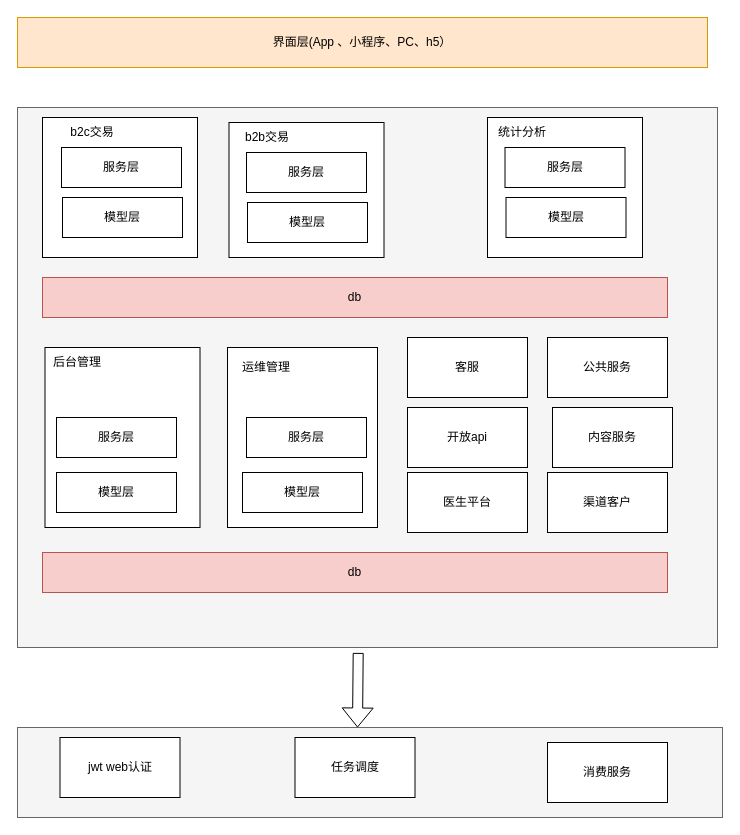
Earlier version of the draw.io diagram arch2.drawio (evilbinary/data). Source tidied: cells renumbered, new cells numbered last; positions are measured from the earlier drawing's top-left corner, leaving out a move shared by most shapes. Both pictures are drawn from the tidied source at 100%, with x=0, y=0 at pixel (17, 17).
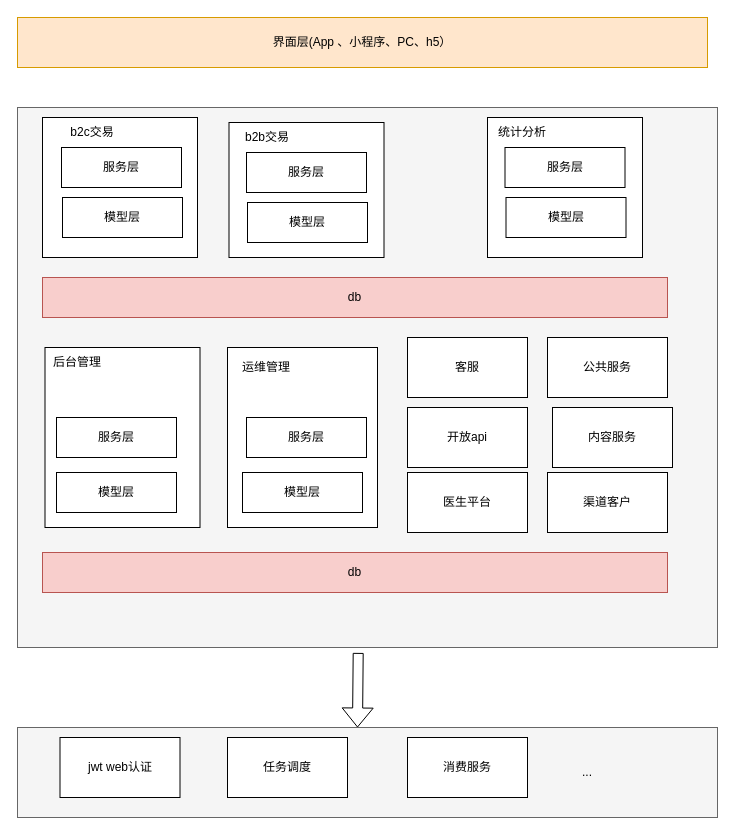
The same page after the edit.

Change to the diagram source:
```diff
@@
     <mxCell id="2" style="rounded=0;whiteSpace=wrap;html=1;fillColor=#f5f5f5;fontColor=#333333;strokeColor=#666666;" parent="1" vertex="1">
-      <mxGeometry y="710" width="705" height="90" as="geometry" />
+      <mxGeometry y="710" width="700" height="90" as="geometry" />
     </mxCell>
@@
     <mxCell id="6" value="任务调度" style="rounded=0;whiteSpace=wrap;html=1;" parent="1" vertex="1">
-      <mxGeometry x="277.5" y="720" width="120" height="60" as="geometry" />
+      <mxGeometry x="210" y="720" width="120" height="60" as="geometry" />
     </mxCell>
     <mxCell id="7" value="消费服务" style="rounded=0;whiteSpace=wrap;html=1;" parent="1" vertex="1">
-      <mxGeometry x="530" y="725" width="120" height="60" as="geometry" />
+      <mxGeometry x="390" y="720" width="120" height="60" as="geometry" />
     </mxCell>
@@
+    <mxCell id="37" value="..." style="text;html=1;strokeColor=none;fillColor=none;align=center;verticalAlign=middle;whiteSpace=wrap;rounded=0;" parent="1" vertex="1">
+      <mxGeometry x="540" y="740" width="60" height="30" as="geometry" />
+    </mxCell>
```
